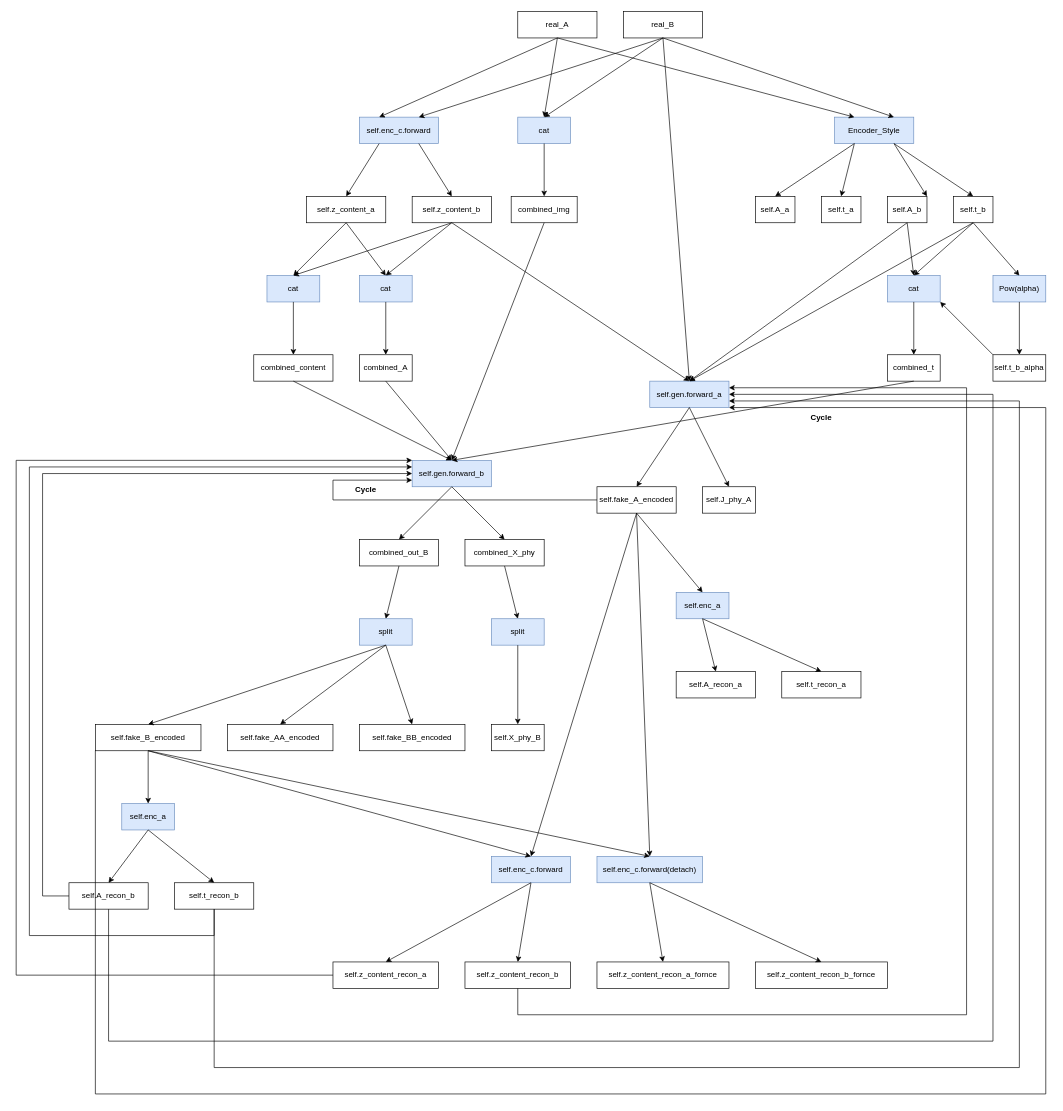
Above: DRIT.drawio in DestineG/drawio (draw.io), before the change. Source tidied: cells renumbered, new cells numbered last; positions are measured from the earlier drawing's top-left corner, leaving out a move shared by most shapes. Both pictures are drawn from the tidied source at 66%, with x=0, y=0 at pixel (16, 11).
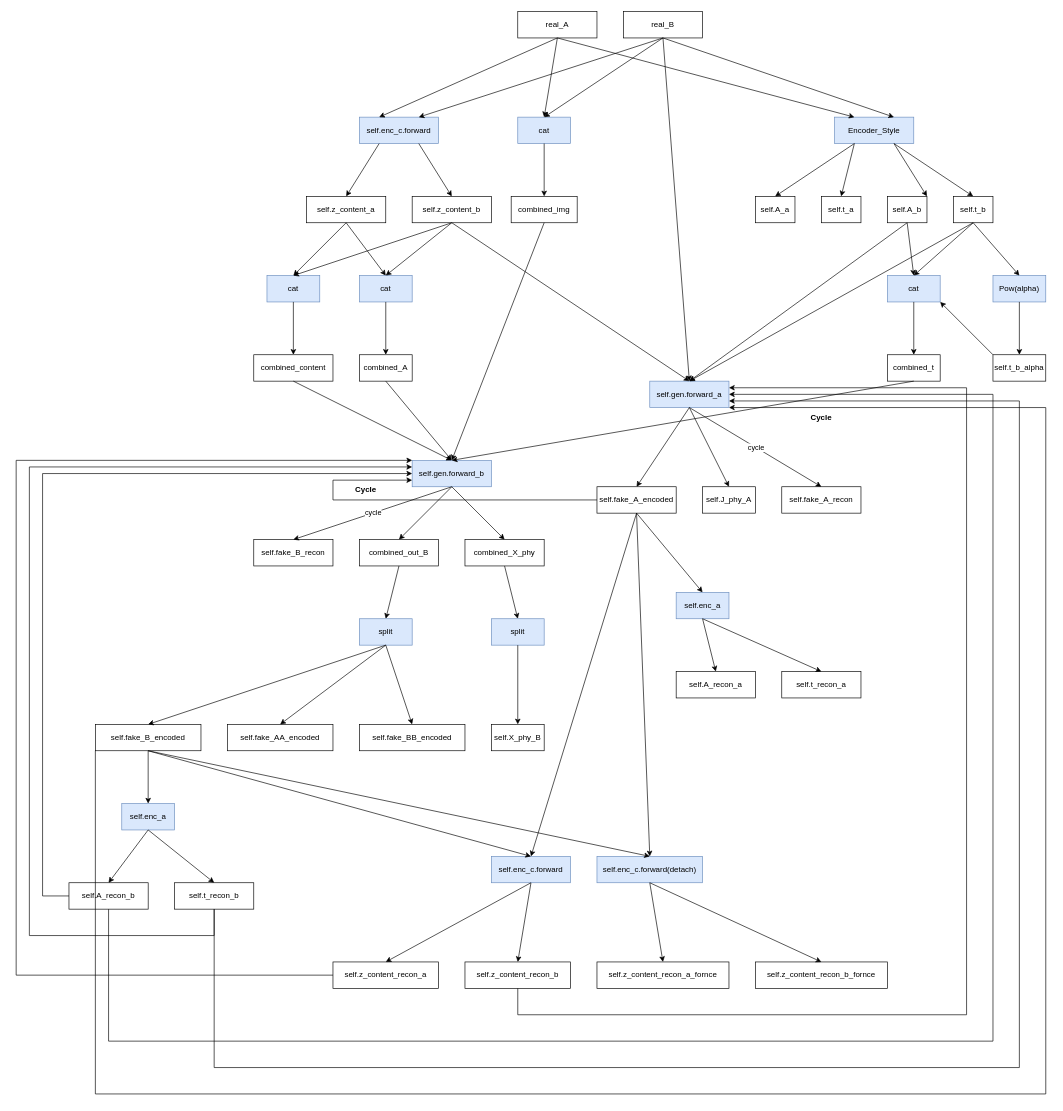
The same diagram, later.

Unchanged cells that the change refers to:
```xml
<mxCell id="47" value="self.gen.forward_b" style="rounded=0;whiteSpace=wrap;html=1;fillColor=#dae8fc;strokeColor=#6c8ebf;" parent="1" vertex="1">
  <mxGeometry x="600" y="680" width="120" height="40" as="geometry" />
</mxCell>
<mxCell id="68" value="self.gen.forward_a" style="rounded=0;whiteSpace=wrap;html=1;fillColor=#dae8fc;strokeColor=#6c8ebf;" parent="1" vertex="1">
  <mxGeometry x="960" y="560" width="120" height="40" as="geometry" />
</mxCell>
```

What changed in the source:
```diff
@@
+    <mxCell id="113" value="self.fake_B_recon" style="rounded=0;whiteSpace=wrap;html=1;" parent="1" vertex="1">
+      <mxGeometry x="360" y="800" width="120" height="40" as="geometry" />
+    </mxCell>
+    <mxCell id="114" style="endArrow=classic;html=1;rounded=0;exitX=0.5;exitY=1;exitDx=0;exitDy=0;entryX=0.5;entryY=0;entryDx=0;entryDy=0;" parent="1" edge="1" source="47" target="113">
+      <mxGeometry relative="1" as="geometry" />
+    </mxCell>
+    <mxCell id="115" value="cycle" style="edgeLabel;html=1;align=center;verticalAlign=middle;" parent="114" vertex="1">
+      <mxGeometry y="-1" relative="1" as="geometry" />
+    </mxCell>
+    <mxCell id="116" value="self.fake_A_recon" style="rounded=0;whiteSpace=wrap;html=1;" parent="1" vertex="1">
+      <mxGeometry x="1160" y="720" width="120" height="40" as="geometry" />
+    </mxCell>
+    <mxCell id="117" style="endArrow=classic;html=1;rounded=0;exitX=0.5;exitY=1;exitDx=0;exitDy=0;entryX=0.5;entryY=0;entryDx=0;entryDy=0;" parent="1" edge="1" source="68" target="116">
+      <mxGeometry relative="1" as="geometry" />
+    </mxCell>
+    <mxCell id="118" value="cycle" style="edgeLabel;html=1;align=center;verticalAlign=middle;" parent="117" vertex="1">
+      <mxGeometry relative="1" as="geometry" />
+    </mxCell>
```
